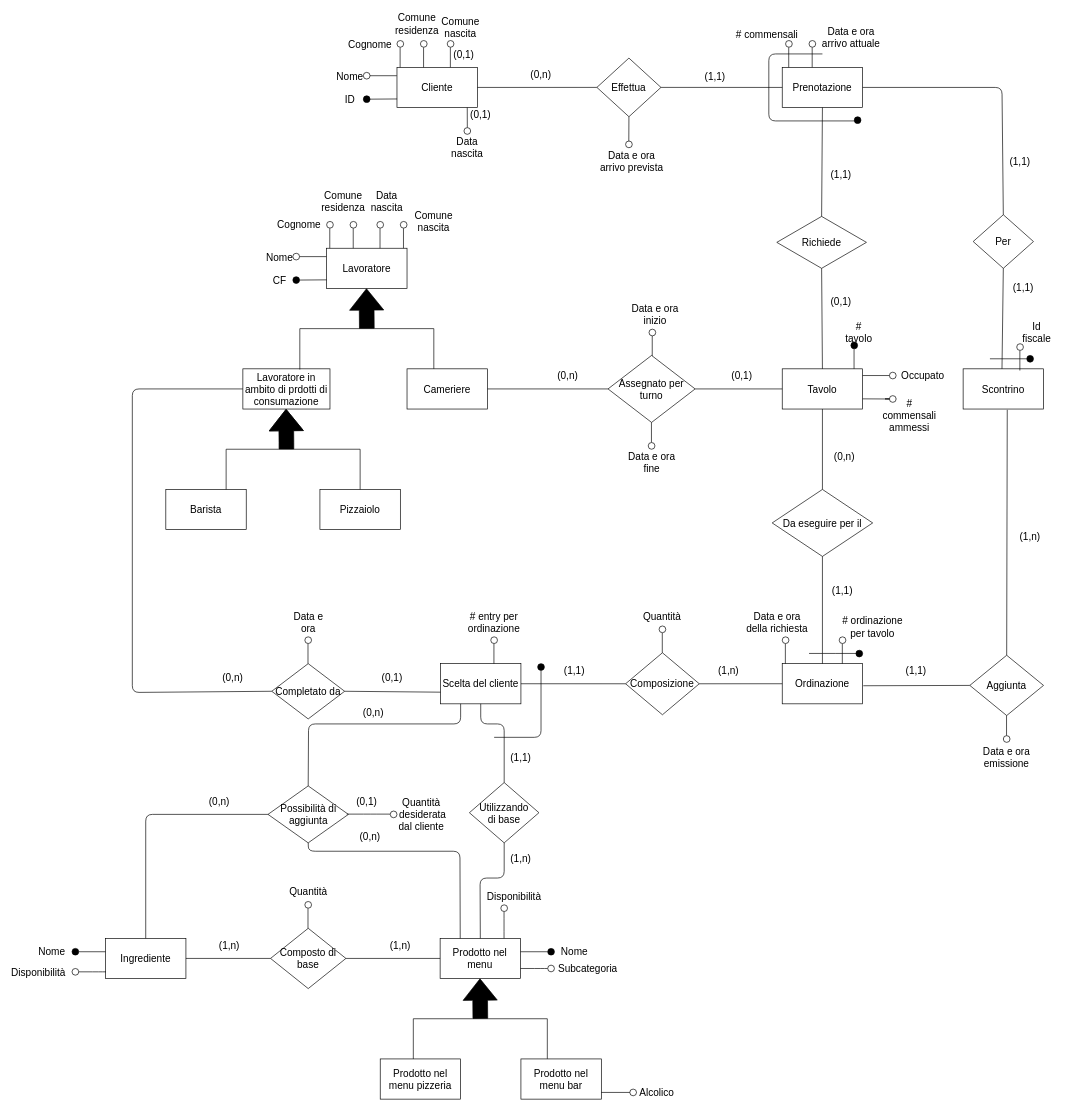
Earlier version of the draw.io diagram ERD/ERD_EditableDiagram.drawio (StefanoBelli/pizzeria). Source tidied: cells renumbered, new cells numbered last; positions are measured from the earlier drawing's top-left corner, leaving out a move shared by most shapes. Both pictures are drawn from the tidied source at 67%, with x=0, y=0 at pixel (25, 17).
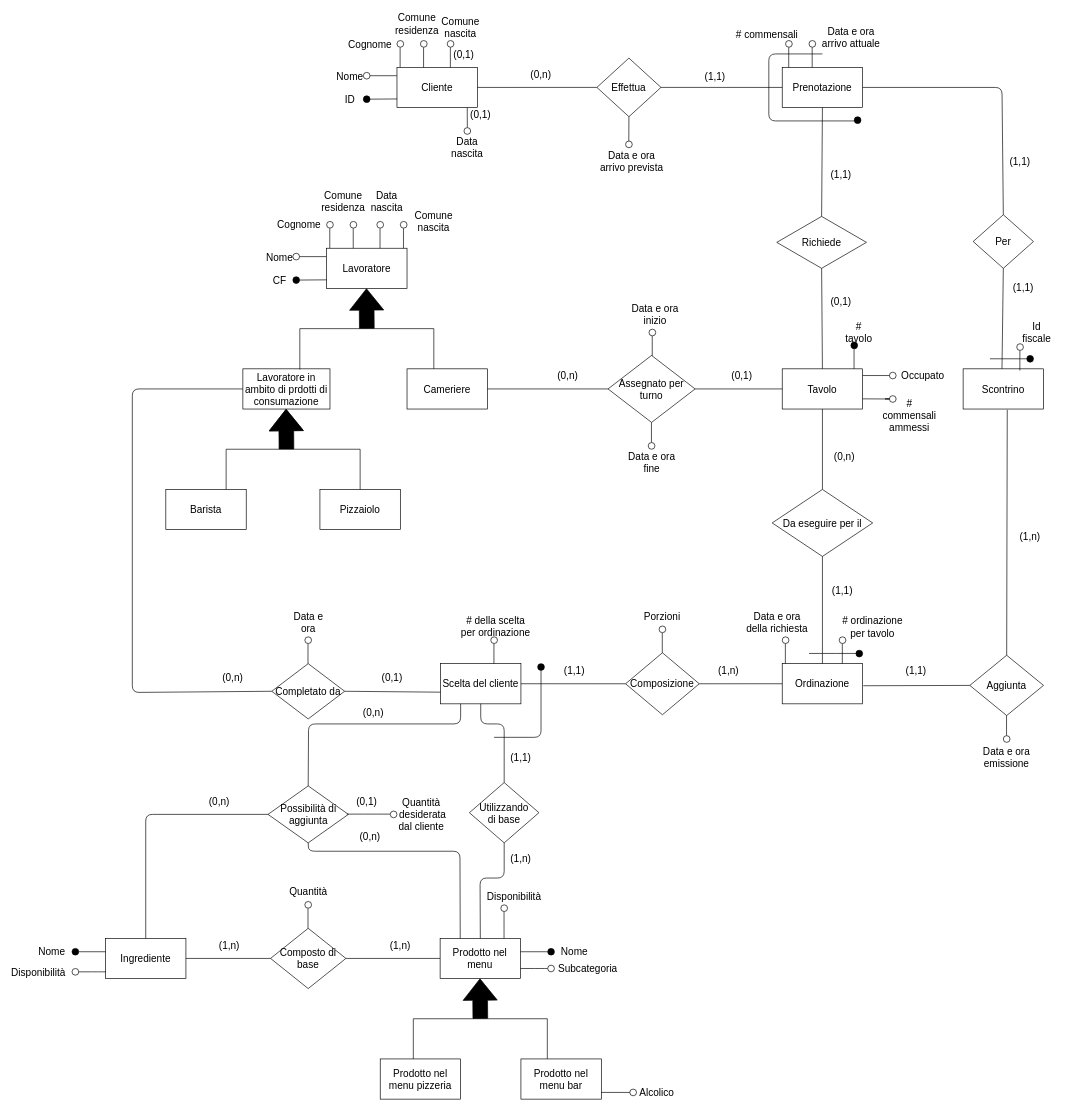
The same page after the edit.

Commit message:
Update ERD_EditableDiagram.drawio (quality checking phase)

Diff of the diagram source:
```diff
@@
-    <mxCell id="126" value="Quantità" style="text;html=1;strokeColor=none;fillColor=none;align=center;verticalAlign=middle;whiteSpace=wrap;rounded=0;fontSize=15;" parent="1" vertex="1">
+    <mxCell id="126" value="Porzioni" style="text;html=1;strokeColor=none;fillColor=none;align=center;verticalAlign=middle;whiteSpace=wrap;rounded=0;fontSize=15;" parent="1" vertex="1">
       <mxGeometry x="931.2" y="883.8" width="40" height="20" as="geometry" />
     </mxCell>
@@
-    <mxCell id="158" value="# entry per ordinazione" style="text;html=1;strokeColor=none;fillColor=none;align=center;verticalAlign=middle;whiteSpace=wrap;rounded=0;fontSize=15;" parent="1" vertex="1">
-      <mxGeometry x="665" y="892.5" width="70" height="20" as="geometry" />
+    <mxCell id="158" value="# della scelta per ordinazione" style="text;html=1;strokeColor=none;fillColor=none;align=center;verticalAlign=middle;whiteSpace=wrap;rounded=0;fontSize=15;" parent="1" vertex="1">
+      <mxGeometry x="645" y="898.8" width="115" height="20" as="geometry" />
     </mxCell>
```
